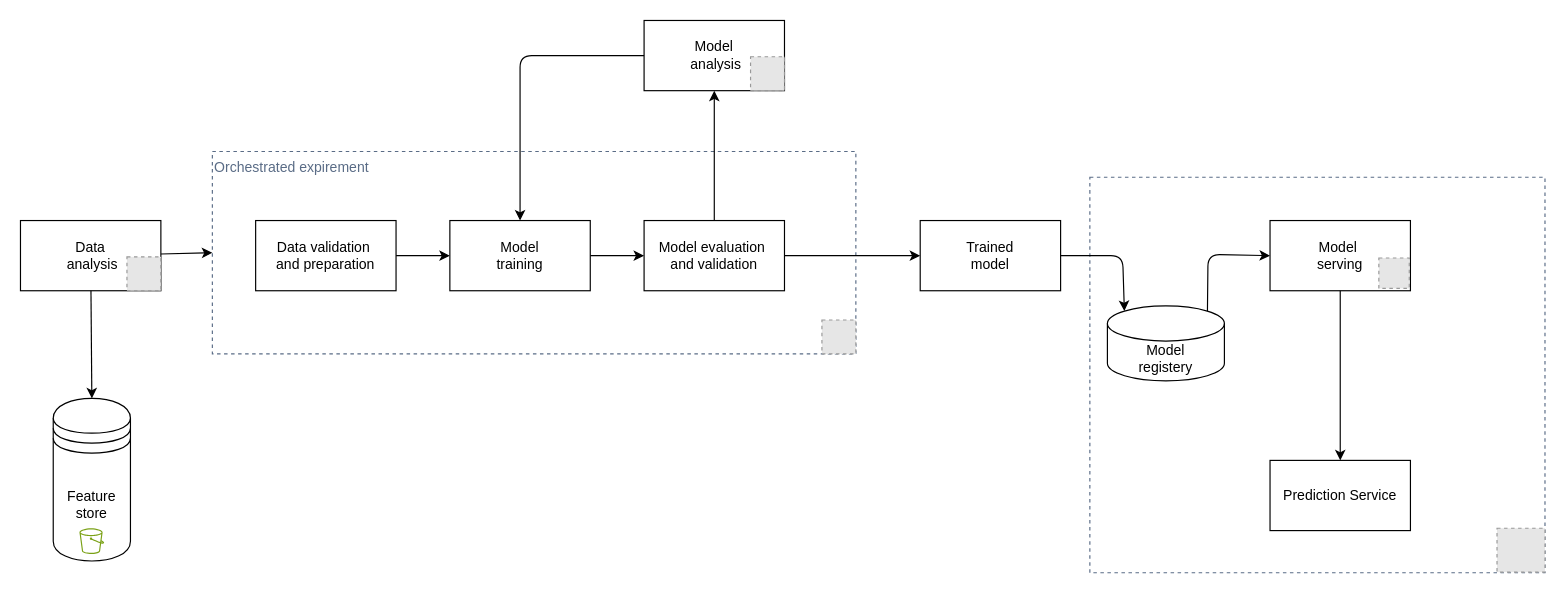
Above: page "mlops-code-maturity-level-1-part-0" (1 of 5) of docs/mlops-solution-designs.drawio in fserk729/mlops-repo (draw.io), before the change. Source tidied: cells renumbered, new cells numbered last; positions are measured from the earlier drawing's top-left corner, leaving out a move shared by most shapes. Both pictures are drawn from the tidied source at 117%, with x=0, y=0 at pixel (20, 20). Pictures stored in the file or linked from it are replaced by grey dashed boxes.
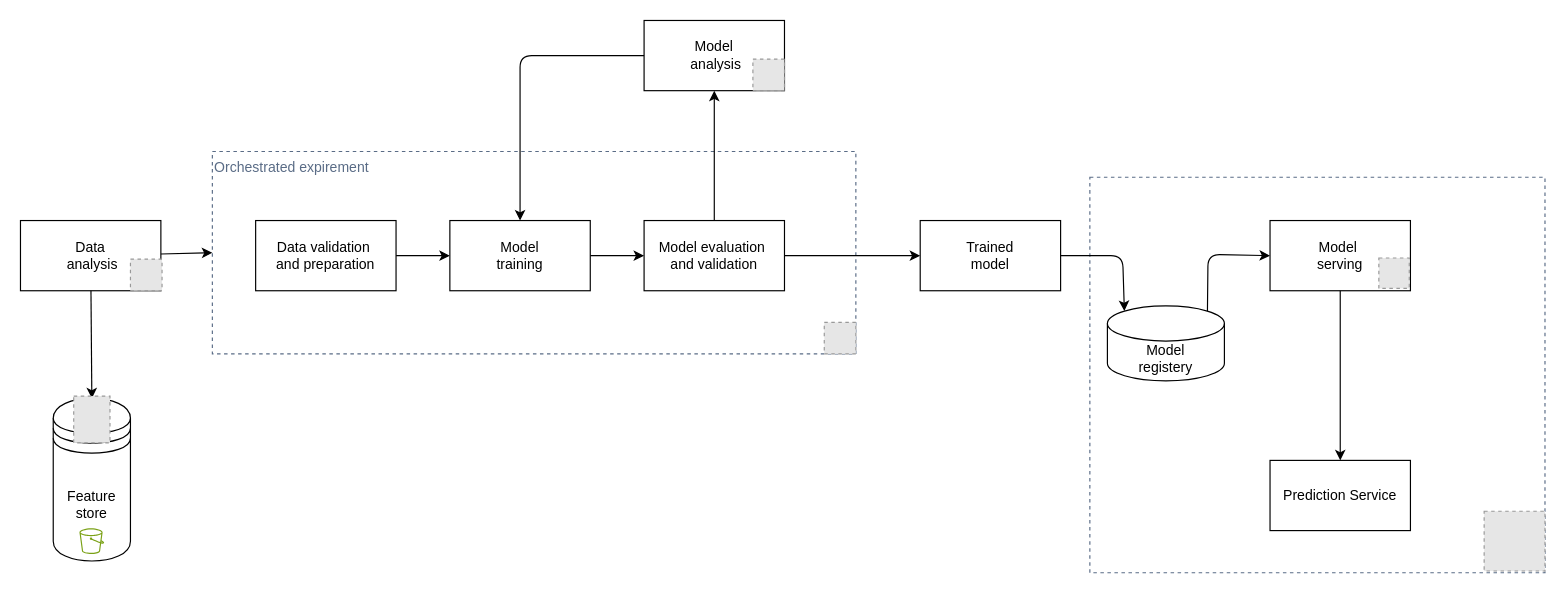
Above is the later version.

Change to the diagram source:
```diff
@@
+    <mxCell id="5" value="&lt;span style=&quot;color: rgb(0, 0, 0);&quot;&gt;Data&lt;/span&gt;&lt;div&gt;&lt;span style=&quot;color: rgb(0, 0, 0);&quot;&gt;&amp;nbsp;analysis&lt;/span&gt;&lt;/div&gt;" style="rounded=0;whiteSpace=wrap;html=1;" parent="1" vertex="1">
+      <mxGeometry y="171" width="120" height="60" as="geometry" />
+    </mxCell>
@@
-    <mxCell id="5" value="&lt;span style=&quot;color: rgb(0, 0, 0);&quot;&gt;Data&lt;/span&gt;&lt;div&gt;&lt;span style=&quot;color: rgb(0, 0, 0);&quot;&gt;&amp;nbsp;analysis&lt;/span&gt;&lt;/div&gt;" style="rounded=0;whiteSpace=wrap;html=1;" parent="1" vertex="1">
-      <mxGeometry y="171" width="120" height="60" as="geometry" />
-    </mxCell>
@@
-    <mxCell id="25" style="fillColor=#E6E6E6;strokeColor=#999999;dashed=1;verticalLabelPosition=bottom;verticalAlign=top;" parent="1" vertex="1">
-      <mxGeometry x="91" y="202" width="29" height="29" as="geometry" />
-    </mxCell>
-    <mxCell id="26" style="fillColor=#E6E6E6;strokeColor=#999999;dashed=1;verticalLabelPosition=bottom;verticalAlign=top;" parent="1" vertex="1">
-      <mxGeometry x="624" y="31" width="29" height="29" as="geometry" />
-    </mxCell>
-    <mxCell id="27" style="fillColor=#E6E6E6;strokeColor=#999999;dashed=1;verticalLabelPosition=bottom;verticalAlign=top;" parent="1" vertex="1">
-      <mxGeometry x="685" y="256" width="29" height="29" as="geometry" />
-    </mxCell>
@@
-    <mxCell id="29" style="fillColor=#E6E6E6;strokeColor=#999999;dashed=1;verticalLabelPosition=bottom;verticalAlign=top;" parent="1" vertex="1">
-      <mxGeometry x="1262" y="434" width="41" height="37.5" as="geometry" />
-    </mxCell>
+    <mxCell id="30" style="fillColor=#E6E6E6;strokeColor=#999999;dashed=1;" parent="1" vertex="1">
+      <mxGeometry x="45.5" y="321" width="31" height="40" as="geometry" />
+    </mxCell>
+    <mxCell id="31" style="fillColor=#E6E6E6;strokeColor=#999999;dashed=1;" parent="1" vertex="1">
+      <mxGeometry x="1251" y="419.5" width="52" height="51" as="geometry" />
+    </mxCell>
+    <mxCell id="32" style="fillColor=#E6E6E6;strokeColor=#999999;dashed=1;verticalLabelPosition=bottom;verticalAlign=top;" parent="1" vertex="1">
+      <mxGeometry x="94" y="204" width="27" height="27" as="geometry" />
+    </mxCell>
+    <mxCell id="33" style="fillColor=#E6E6E6;strokeColor=#999999;dashed=1;verticalLabelPosition=bottom;verticalAlign=top;" parent="1" vertex="1">
+      <mxGeometry x="687" y="258" width="27" height="27" as="geometry" />
+    </mxCell>
+    <mxCell id="34" style="fillColor=#E6E6E6;strokeColor=#999999;dashed=1;verticalLabelPosition=bottom;verticalAlign=top;" parent="1" vertex="1">
+      <mxGeometry x="626" y="33" width="27" height="27" as="geometry" />
+    </mxCell>
```
